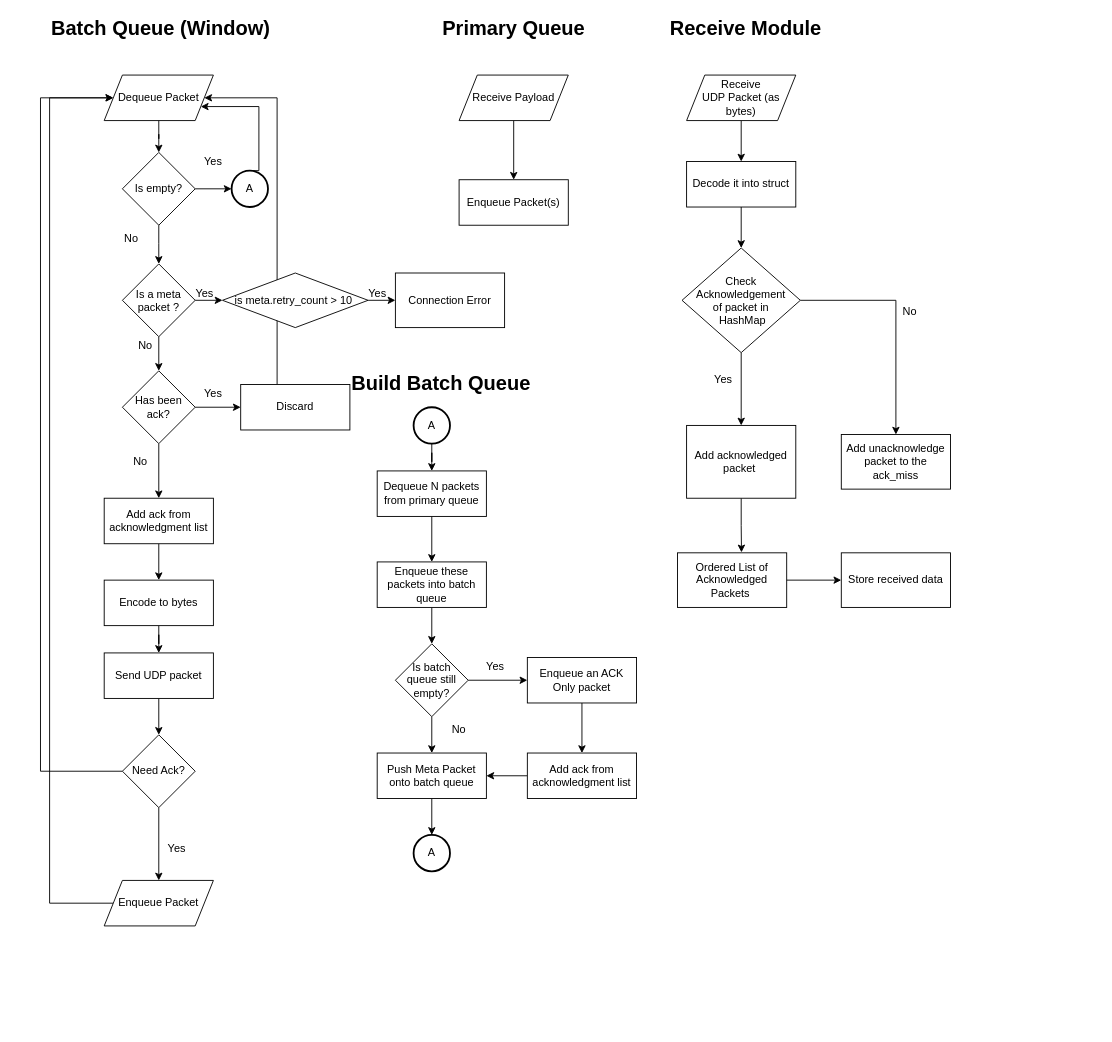
Above: page "Queue" (3 of 4) of Software-Architecture.drawio in Prototype-Aether/Prototype-Aether (draw.io), before the change. Source tidied: cells renumbered, new cells numbered last; positions are measured from the earlier drawing's top-left corner, leaving out a move shared by most shapes. Both pictures are drawn from the tidied source at 91%, with x=0, y=0 at pixel (40, 15).
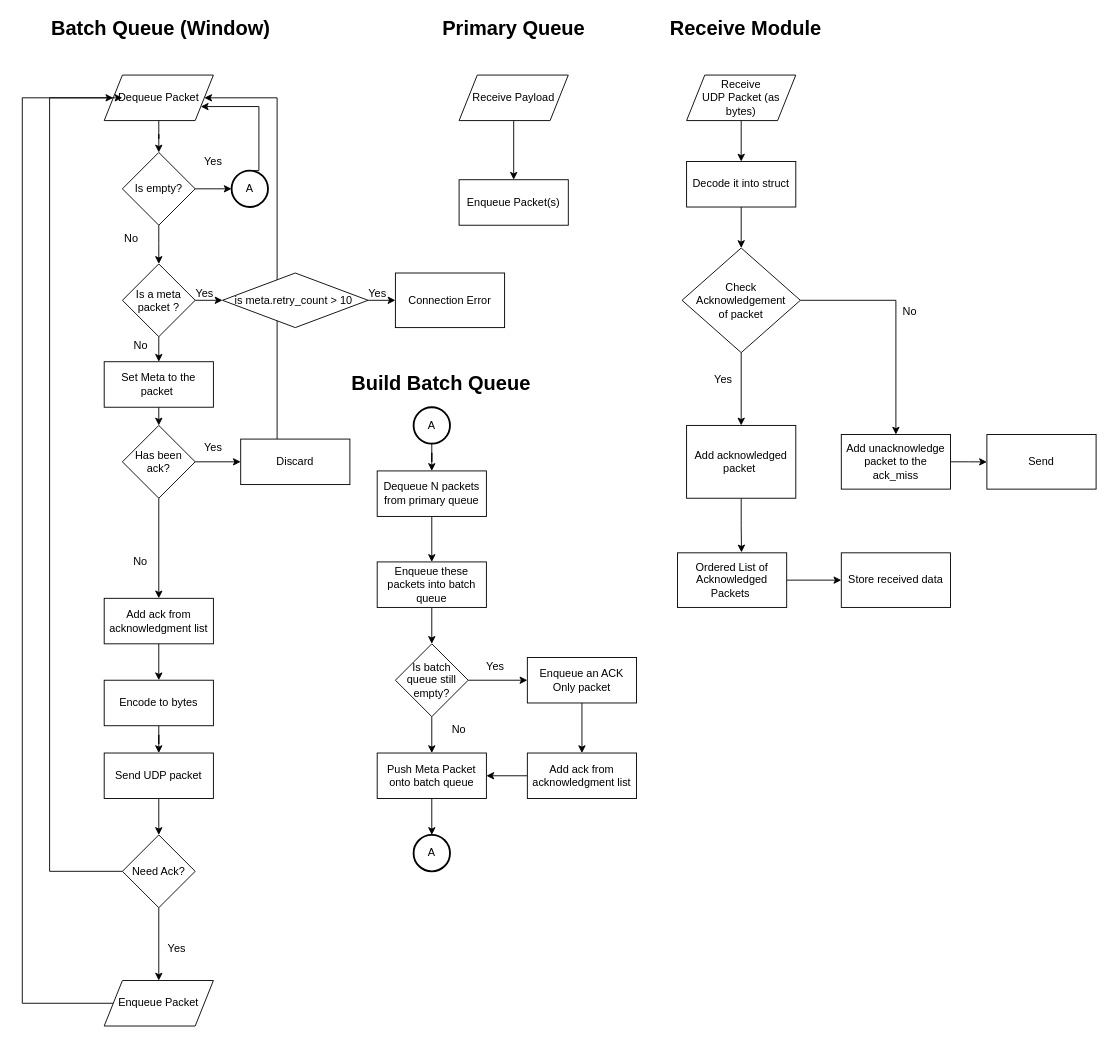
The same diagram, later.

Unchanged cells that the change refers to:
```xml
<mxCell id="3" value="Dequeue Packet" style="shape=parallelogram;perimeter=parallelogramPerimeter;whiteSpace=wrap;html=1;fixedSize=1;" parent="1" vertex="1">
  <mxGeometry x="70" y="65" width="120" height="50" as="geometry" />
</mxCell>
<mxCell id="63" value="Add unacknowledge packet to the ack_miss" style="whiteSpace=wrap;html=1;" parent="1" vertex="1">
  <mxGeometry x="880" y="460" width="120" height="60" as="geometry" />
</mxCell>
<mxCell id="72" value="Is a meta packet ?" style="rhombus;whiteSpace=wrap;html=1;" parent="1" vertex="1">
  <mxGeometry x="90" y="272.5" width="80" height="80" as="geometry" />
</mxCell>
```

Change to the diagram source:
```diff
@@
-    <mxCell id="5" style="edgeStyle=orthogonalEdgeStyle;rounded=0;jettySize=auto;html=1;entryX=0.5;entryY=0;entryDx=0;entryDy=0;" parent="1" edge="1" source="78" target="29">
+    <mxCell id="5" style="edgeStyle=orthogonalEdgeStyle;rounded=0;jettySize=auto;html=1;entryX=0.5;entryY=0;entryDx=0;entryDy=0;exitX=0.5;exitY=1;exitDx=0;exitDy=0;" parent="1" edge="1" source="78" target="29">
       <mxGeometry relative="1" as="geometry" />
     </mxCell>
@@
     <mxCell id="7" value="Discard" style="whiteSpace=wrap;html=1;" parent="1" vertex="1">
-      <mxGeometry x="220" y="405" width="120" height="50" as="geometry" />
+      <mxGeometry x="220" y="465" width="120" height="50" as="geometry" />
     </mxCell>
@@
     <mxCell id="9" value="Encode to bytes" style="whiteSpace=wrap;html=1;" parent="1" vertex="1">
-      <mxGeometry x="70" y="620" width="120" height="50" as="geometry" />
+      <mxGeometry x="70" y="730" width="120" height="50" as="geometry" />
     </mxCell>
     <mxCell id="10" value="Yes" style="text;html=1;strokeColor=none;fillColor=none;align=center;verticalAlign=middle;whiteSpace=wrap;rounded=0;" parent="1" vertex="1">
-      <mxGeometry x="160" y="400" width="60" height="30" as="geometry" />
+      <mxGeometry x="160" y="460" width="60" height="30" as="geometry" />
     </mxCell>
     <mxCell id="11" value="No" style="text;html=1;strokeColor=none;fillColor=none;align=center;verticalAlign=middle;whiteSpace=wrap;rounded=0;" parent="1" vertex="1">
-      <mxGeometry x="80" y="475" width="60" height="30" as="geometry" />
+      <mxGeometry x="80" y="585" width="60" height="30" as="geometry" />
     </mxCell>
@@
     <mxCell id="13" value="Send UDP packet" style="whiteSpace=wrap;html=1;" parent="1" vertex="1">
-      <mxGeometry x="70" y="700" width="120" height="50" as="geometry" />
+      <mxGeometry x="70" y="810" width="120" height="50" as="geometry" />
     </mxCell>
-    <mxCell id="14" style="edgeStyle=orthogonalEdgeStyle;rounded=0;jettySize=auto;html=1;entryX=0;entryY=0.5;entryDx=0;entryDy=0;" parent="1" edge="1" source="15" target="3">
+    <mxCell id="14" style="edgeStyle=orthogonalEdgeStyle;rounded=0;jettySize=auto;html=1;exitX=0;exitY=0.5;exitDx=0;exitDy=0;entryX=0;entryY=0.5;entryDx=0;entryDy=0;" parent="1" edge="1" source="15" target="3">
       <mxGeometry relative="1" as="geometry">
         <Array as="points">
-          <mxPoint x="10" y="975" />
-          <mxPoint x="10" y="90" />
+          <mxPoint x="-20" y="1085" />
+          <mxPoint x="-20" y="90" />
         </Array>
       </mxGeometry>
     </mxCell>
     <mxCell id="15" value="Enqueue Packet" style="shape=parallelogram;perimeter=parallelogramPerimeter;whiteSpace=wrap;html=1;fixedSize=1;" parent="1" vertex="1">
-      <mxGeometry x="70" y="950" width="120" height="50" as="geometry" />
+      <mxGeometry x="70" y="1060" width="120" height="50" as="geometry" />
     </mxCell>
@@
     <mxCell id="29" value="Add ack from acknowledgment list" style="whiteSpace=wrap;html=1;" parent="1" vertex="1">
-      <mxGeometry x="70" y="530" width="120" height="50" as="geometry" />
+      <mxGeometry x="70" y="640" width="120" height="50" as="geometry" />
     </mxCell>
@@
-    <mxCell id="31" style="edgeStyle=orthogonalEdgeStyle;rounded=0;jettySize=auto;html=1;exitX=0;exitY=0.5;exitDx=0;exitDy=0;" parent="1" edge="1" source="32" target="3">
+    <mxCell id="31" style="edgeStyle=orthogonalEdgeStyle;rounded=0;jettySize=auto;html=1;exitX=0;exitY=0.5;exitDx=0;exitDy=0;" parent="1" edge="1" source="32">
       <mxGeometry relative="1" as="geometry">
+        <mxPoint x="90" y="90" as="targetPoint" />
         <Array as="points">
-          <mxPoint y="830" />
-          <mxPoint y="90" />
+          <mxPoint x="10" y="940" />
+          <mxPoint x="10" y="90" />
         </Array>
       </mxGeometry>
     </mxCell>
     <mxCell id="32" value="Need Ack?" style="rhombus;whiteSpace=wrap;html=1;" parent="1" vertex="1">
-      <mxGeometry x="90" y="790" width="80" height="80" as="geometry" />
+      <mxGeometry x="90" y="900" width="80" height="80" as="geometry" />
     </mxCell>
     <mxCell id="33" value="Yes" style="text;html=1;strokeColor=none;fillColor=none;align=center;verticalAlign=middle;whiteSpace=wrap;rounded=0;" parent="1" vertex="1">
-      <mxGeometry x="120" y="900" width="60" height="30" as="geometry" />
+      <mxGeometry x="120" y="1010" width="60" height="30" as="geometry" />
     </mxCell>
@@
+    <mxCell id="80" style="edgeStyle=orthogonalEdgeStyle;rounded=0;jettySize=auto;html=1;exitX=1;exitY=0.5;exitDx=0;exitDy=0;" parent="1" edge="1" source="63">
+      <mxGeometry relative="1" as="geometry">
+        <mxPoint x="1040" y="490.1" as="targetPoint" />
+      </mxGeometry>
+    </mxCell>
@@
-    <mxCell id="68" value="&lt;span&gt;Check &lt;br&gt;Acknowledgement &lt;br&gt;of packet in&lt;br&gt;&amp;nbsp;HashMap&lt;/span&gt;" style="rhombus;whiteSpace=wrap;html=1;" parent="1" vertex="1">
+    <mxCell id="68" value="&lt;span&gt;Check &lt;br&gt;Acknowledgement &lt;br&gt;of packet&lt;br&gt;&lt;/span&gt;" style="rhombus;whiteSpace=wrap;html=1;" parent="1" vertex="1">
       <mxGeometry x="705" y="255" width="130" height="115" as="geometry" />
     </mxCell>
@@
-    <mxCell id="71" style="edgeStyle=orthogonalEdgeStyle;rounded=0;jettySize=auto;html=1;exitX=0.5;exitY=1;exitDx=0;exitDy=0;entryX=0.5;entryY=0;entryDx=0;entryDy=0;" parent="1" edge="1" source="72" target="78">
-      <mxGeometry relative="1" as="geometry" />
-    </mxCell>
+    <mxCell id="81" style="edgeStyle=orthogonalEdgeStyle;rounded=0;jettySize=auto;html=1;exitX=0.5;exitY=1;exitDx=0;exitDy=0;entryX=0.5;entryY=0;entryDx=0;entryDy=0;" parent="1" edge="1" source="72" target="83">
+      <mxGeometry relative="1" as="geometry" />
+    </mxCell>
@@
     <mxCell id="77" value="No" style="text;html=1;align=center;verticalAlign=middle;strokeColor=none;fillColor=none;" parent="1" vertex="1">
-      <mxGeometry x="100" y="352.5" width="30" height="20" as="geometry" />
+      <mxGeometry x="95" y="352.5" width="30" height="20" as="geometry" />
     </mxCell>
     <mxCell id="78" value="Has been ack?" style="rhombus;whiteSpace=wrap;html=1;" parent="1" vertex="1">
-      <mxGeometry x="90" y="390" width="80" height="80" as="geometry" />
+      <mxGeometry x="90" y="450" width="80" height="80" as="geometry" />
     </mxCell>
@@
+    <mxCell id="82" style="edgeStyle=orthogonalEdgeStyle;rounded=0;jettySize=auto;html=1;exitX=0.5;exitY=1;exitDx=0;exitDy=0;entryX=0.5;entryY=0;entryDx=0;entryDy=0;" parent="1" edge="1" source="83" target="78">
+      <mxGeometry relative="1" as="geometry" />
+    </mxCell>
+    <mxCell id="83" value="Set Meta to the packet&amp;nbsp;" style="whiteSpace=wrap;html=1;" parent="1" vertex="1">
+      <mxGeometry x="70" y="380" width="120" height="50" as="geometry" />
+    </mxCell>
+    <mxCell id="84" value="Send" style="whiteSpace=wrap;html=1;" parent="1" vertex="1">
+      <mxGeometry x="1040" y="460" width="120" height="60" as="geometry" />
+    </mxCell>
```
